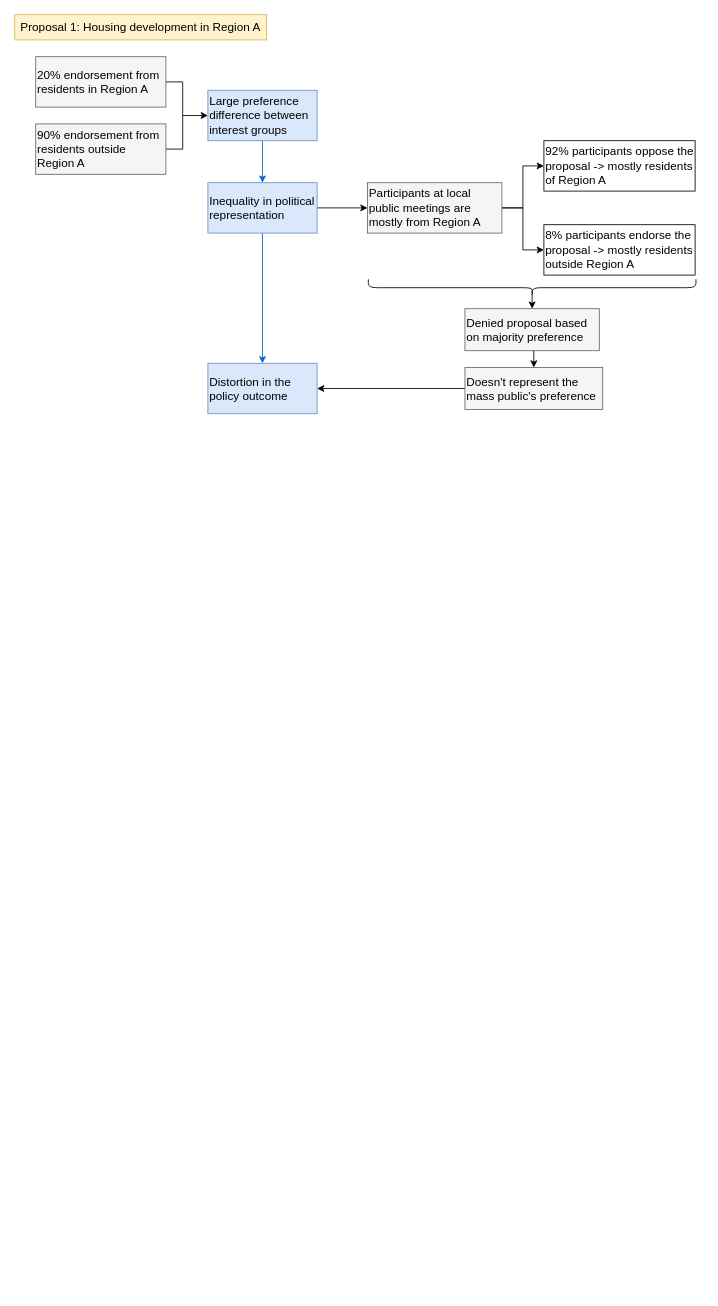
This is situations.drawio from changgge/changgge, a draw.io file, before an edit. Source tidied: cells renumbered, new cells numbered last; positions are measured from the earlier drawing's top-left corner, leaving out a move shared by most shapes. Both pictures are drawn from the tidied source at 84%, with x=0, y=0 at pixel (14, 14).
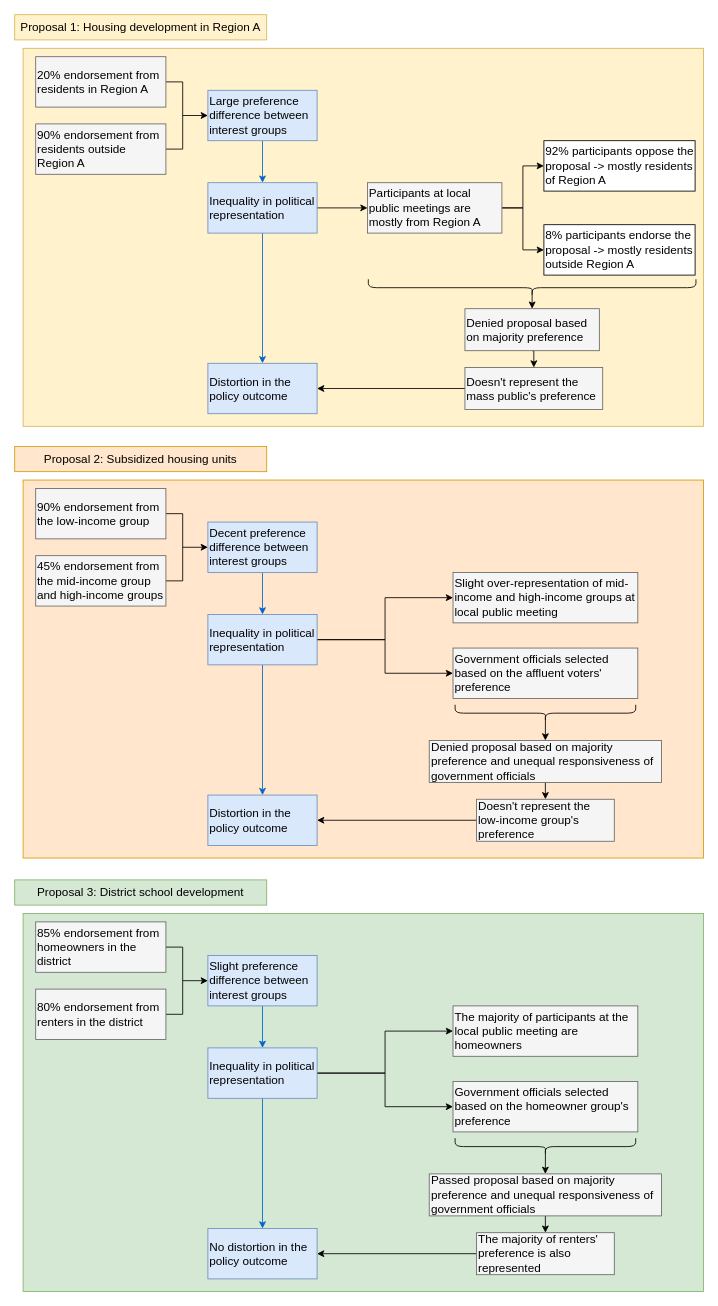
After the change.

Diff of the diagram source:
```diff
@@
+    <mxCell id="24" style="rounded=0;whiteSpace=wrap;html=1;fillColor=#ffe6cc;strokeColor=#d79b00;" parent="1" vertex="1">
+      <mxGeometry x="10" y="554" width="810" height="450" as="geometry" />
+    </mxCell>
+    <mxCell id="25" style="rounded=0;whiteSpace=wrap;html=1;fillColor=#fff2cc;strokeColor=#d6b656;" parent="1" vertex="1">
+      <mxGeometry x="10" y="40" width="810" height="450" as="geometry" />
+    </mxCell>
@@
+    <mxCell id="26" value="Proposal 2: Subsidized housing units" style="rounded=0;whiteSpace=wrap;html=1;fillColor=#ffe6cc;strokeColor=#d79b00;fontSize=14;" parent="1" vertex="1">
+      <mxGeometry y="514" width="300" height="30" as="geometry" />
+    </mxCell>
+    <mxCell id="27" style="edgeStyle=orthogonalEdgeStyle;rounded=0;jettySize=auto;html=1;exitX=1;exitY=0.5;exitDx=0;exitDy=0;entryX=1;entryY=0.5;entryDx=0;entryDy=0;endArrow=none;endFill=0;" parent="1" edge="1" source="28" target="29">
+      <mxGeometry relative="1" as="geometry">
+        <Array as="points">
+          <mxPoint x="200" y="594" />
+          <mxPoint x="200" y="674" />
+        </Array>
+      </mxGeometry>
+    </mxCell>
+    <mxCell id="28" value="90% endorsement from the low-income group" style="rounded=0;whiteSpace=wrap;html=1;fillColor=#f5f5f5;strokeColor=#666666;align=left;fontSize=14;fontColor=#000000;" parent="1" vertex="1">
+      <mxGeometry x="25" y="564" width="155" height="60" as="geometry" />
+    </mxCell>
+    <mxCell id="29" value="45% endorsement from the mid-income group and high-income groups" style="rounded=0;whiteSpace=wrap;html=1;fontSize=14;align=left;fillColor=#f5f5f5;fontColor=#000000;strokeColor=#666666;" parent="1" vertex="1">
+      <mxGeometry x="25" y="644" width="155" height="60" as="geometry" />
+    </mxCell>
+    <mxCell id="30" style="edgeStyle=orthogonalEdgeStyle;rounded=0;jettySize=auto;html=1;exitX=0;exitY=0.5;exitDx=0;exitDy=0;endArrow=none;endFill=0;startArrow=classic;startFill=1;" parent="1" edge="1" source="32">
+      <mxGeometry relative="1" as="geometry">
+        <mxPoint x="200" y="634" as="targetPoint" />
+      </mxGeometry>
+    </mxCell>
+    <mxCell id="31" style="edgeStyle=orthogonalEdgeStyle;rounded=0;jettySize=auto;html=1;exitX=0.5;exitY=1;exitDx=0;exitDy=0;strokeColor=#0066CC;" parent="1" edge="1" source="32" target="36">
+      <mxGeometry relative="1" as="geometry" />
+    </mxCell>
+    <mxCell id="32" value="Decent preference difference between interest groups" style="rounded=0;whiteSpace=wrap;html=1;fillColor=#dae8fc;strokeColor=#6c8ebf;align=left;fontSize=14;" parent="1" vertex="1">
+      <mxGeometry x="230" y="604" width="130" height="60" as="geometry" />
+    </mxCell>
+    <mxCell id="33" style="edgeStyle=orthogonalEdgeStyle;rounded=0;jettySize=auto;html=1;exitX=1;exitY=0.5;exitDx=0;exitDy=0;endArrow=classic;endFill=1;entryX=0;entryY=0.5;entryDx=0;entryDy=0;" parent="1" edge="1" source="36" target="37">
+      <mxGeometry relative="1" as="geometry" />
+    </mxCell>
+    <mxCell id="34" style="edgeStyle=orthogonalEdgeStyle;rounded=0;jettySize=auto;html=1;exitX=0.5;exitY=1;exitDx=0;exitDy=0;entryX=0.5;entryY=0;entryDx=0;entryDy=0;strokeColor=#0066CC;" parent="1" edge="1" source="36" target="44">
+      <mxGeometry relative="1" as="geometry" />
+    </mxCell>
+    <mxCell id="35" style="edgeStyle=orthogonalEdgeStyle;rounded=0;jettySize=auto;html=1;exitX=1;exitY=0.5;exitDx=0;exitDy=0;entryX=0;entryY=0.5;entryDx=0;entryDy=0;" parent="1" edge="1" source="36" target="45">
+      <mxGeometry relative="1" as="geometry" />
+    </mxCell>
+    <mxCell id="36" value="Inequality in political representation" style="rounded=0;whiteSpace=wrap;html=1;fillColor=#dae8fc;strokeColor=#6c8ebf;align=left;fontSize=14;" parent="1" vertex="1">
+      <mxGeometry x="230" y="714" width="130" height="60" as="geometry" />
+    </mxCell>
+    <mxCell id="37" value="Slight over-representation of mid-income and high-income groups at local public meeting" style="rounded=0;whiteSpace=wrap;html=1;fontSize=14;align=left;fillColor=#f5f5f5;fontColor=#000000;strokeColor=#666666;" parent="1" vertex="1">
+      <mxGeometry x="521.8" y="664" width="220" height="60" as="geometry" />
+    </mxCell>
+    <mxCell id="38" style="edgeStyle=orthogonalEdgeStyle;rounded=0;jettySize=auto;html=1;exitX=0.1;exitY=0.5;exitDx=0;exitDy=0;exitPerimeter=0;entryX=0.5;entryY=0;entryDx=0;entryDy=0;" parent="1" edge="1" source="39" target="41">
+      <mxGeometry relative="1" as="geometry" />
+    </mxCell>
+    <mxCell id="39" style="shape=curlyBracket;whiteSpace=wrap;html=1;rounded=1;flipH=1;labelPosition=right;verticalLabelPosition=middle;align=left;verticalAlign=middle;rotation=90;" parent="1" vertex="1">
+      <mxGeometry x="621.8" y="724" width="20" height="215" as="geometry" />
+    </mxCell>
+    <mxCell id="40" style="edgeStyle=orthogonalEdgeStyle;rounded=0;jettySize=auto;html=1;exitX=0.5;exitY=1;exitDx=0;exitDy=0;entryX=0.5;entryY=0;entryDx=0;entryDy=0;" parent="1" edge="1" source="41" target="43">
+      <mxGeometry relative="1" as="geometry" />
+    </mxCell>
+    <mxCell id="41" value="Denied proposal based on majority preference and unequal responsiveness of government officials" style="rounded=0;whiteSpace=wrap;html=1;fontSize=14;align=left;fillColor=#f5f5f5;fontColor=#000000;strokeColor=#666666;" parent="1" vertex="1">
+      <mxGeometry x="493.5" y="864" width="276.5" height="50" as="geometry" />
+    </mxCell>
+    <mxCell id="42" style="edgeStyle=orthogonalEdgeStyle;rounded=0;jettySize=auto;html=1;exitX=0;exitY=0.5;exitDx=0;exitDy=0;entryX=1;entryY=0.5;entryDx=0;entryDy=0;" parent="1" edge="1" source="43" target="44">
+      <mxGeometry relative="1" as="geometry" />
+    </mxCell>
+    <mxCell id="43" value="Doesn't represent the low-income group's preference" style="rounded=0;whiteSpace=wrap;html=1;fontSize=14;align=left;fillColor=#f5f5f5;fontColor=#000000;strokeColor=#666666;" parent="1" vertex="1">
+      <mxGeometry x="549.8" y="934" width="164" height="50" as="geometry" />
+    </mxCell>
+    <mxCell id="44" value="Distortion in the policy outcome" style="rounded=0;whiteSpace=wrap;html=1;fillColor=#dae8fc;strokeColor=#6c8ebf;align=left;fontSize=14;" parent="1" vertex="1">
+      <mxGeometry x="230" y="929" width="130" height="60" as="geometry" />
+    </mxCell>
+    <mxCell id="45" value="Government officials selected based on the affluent voters' preference" style="rounded=0;whiteSpace=wrap;html=1;fontSize=14;align=left;fillColor=#f5f5f5;fontColor=#000000;strokeColor=#666666;" parent="1" vertex="1">
+      <mxGeometry x="521.8" y="754" width="220" height="60" as="geometry" />
+    </mxCell>
+    <mxCell id="46" style="rounded=0;whiteSpace=wrap;html=1;fillColor=#d5e8d4;strokeColor=#82b366;" parent="1" vertex="1">
+      <mxGeometry x="10" y="1070" width="810" height="450" as="geometry" />
+    </mxCell>
+    <mxCell id="47" value="Proposal 3: District school development" style="rounded=0;whiteSpace=wrap;html=1;fillColor=#d5e8d4;strokeColor=#82b366;fontSize=14;" parent="1" vertex="1">
+      <mxGeometry y="1030" width="300" height="30" as="geometry" />
+    </mxCell>
+    <mxCell id="48" style="edgeStyle=orthogonalEdgeStyle;rounded=0;jettySize=auto;html=1;exitX=1;exitY=0.5;exitDx=0;exitDy=0;entryX=1;entryY=0.5;entryDx=0;entryDy=0;endArrow=none;endFill=0;" parent="1" edge="1" source="49" target="50">
+      <mxGeometry relative="1" as="geometry">
+        <Array as="points">
+          <mxPoint x="200" y="1110" />
+          <mxPoint x="200" y="1190" />
+        </Array>
+      </mxGeometry>
+    </mxCell>
+    <mxCell id="49" value="85% endorsement from homeowners in the district" style="rounded=0;whiteSpace=wrap;html=1;fillColor=#f5f5f5;strokeColor=#666666;align=left;fontSize=14;fontColor=#000000;" parent="1" vertex="1">
+      <mxGeometry x="25" y="1080" width="155" height="60" as="geometry" />
+    </mxCell>
+    <mxCell id="50" value="80% endorsement from renters in the district" style="rounded=0;whiteSpace=wrap;html=1;fontSize=14;align=left;fillColor=#f5f5f5;fontColor=#000000;strokeColor=#666666;" parent="1" vertex="1">
+      <mxGeometry x="25" y="1160" width="155" height="60" as="geometry" />
+    </mxCell>
+    <mxCell id="51" style="edgeStyle=orthogonalEdgeStyle;rounded=0;jettySize=auto;html=1;exitX=0;exitY=0.5;exitDx=0;exitDy=0;endArrow=none;endFill=0;startArrow=classic;startFill=1;" parent="1" edge="1" source="53">
+      <mxGeometry relative="1" as="geometry">
+        <mxPoint x="200" y="1150" as="targetPoint" />
+      </mxGeometry>
+    </mxCell>
+    <mxCell id="52" style="edgeStyle=orthogonalEdgeStyle;rounded=0;jettySize=auto;html=1;exitX=0.5;exitY=1;exitDx=0;exitDy=0;strokeColor=#0066CC;" parent="1" edge="1" source="53" target="57">
+      <mxGeometry relative="1" as="geometry" />
+    </mxCell>
+    <mxCell id="53" value="Slight preference difference between interest groups" style="rounded=0;whiteSpace=wrap;html=1;fillColor=#dae8fc;strokeColor=#6c8ebf;align=left;fontSize=14;" parent="1" vertex="1">
+      <mxGeometry x="230" y="1120" width="130" height="60" as="geometry" />
+    </mxCell>
+    <mxCell id="54" style="edgeStyle=orthogonalEdgeStyle;rounded=0;jettySize=auto;html=1;exitX=1;exitY=0.5;exitDx=0;exitDy=0;endArrow=classic;endFill=1;entryX=0;entryY=0.5;entryDx=0;entryDy=0;" parent="1" edge="1" source="57" target="58">
+      <mxGeometry relative="1" as="geometry" />
+    </mxCell>
+    <mxCell id="55" style="edgeStyle=orthogonalEdgeStyle;rounded=0;jettySize=auto;html=1;exitX=0.5;exitY=1;exitDx=0;exitDy=0;entryX=0.5;entryY=0;entryDx=0;entryDy=0;strokeColor=#0066CC;" parent="1" edge="1" source="57" target="65">
+      <mxGeometry relative="1" as="geometry" />
+    </mxCell>
+    <mxCell id="56" style="edgeStyle=orthogonalEdgeStyle;rounded=0;jettySize=auto;html=1;exitX=1;exitY=0.5;exitDx=0;exitDy=0;entryX=0;entryY=0.5;entryDx=0;entryDy=0;" parent="1" edge="1" source="57" target="66">
+      <mxGeometry relative="1" as="geometry" />
+    </mxCell>
+    <mxCell id="57" value="Inequality in political representation" style="rounded=0;whiteSpace=wrap;html=1;fillColor=#dae8fc;strokeColor=#6c8ebf;align=left;fontSize=14;" parent="1" vertex="1">
+      <mxGeometry x="230" y="1230" width="130" height="60" as="geometry" />
+    </mxCell>
+    <mxCell id="58" value="The majority of participants at the local public meeting are homeowners" style="rounded=0;whiteSpace=wrap;html=1;fontSize=14;align=left;fillColor=#f5f5f5;fontColor=#000000;strokeColor=#666666;" parent="1" vertex="1">
+      <mxGeometry x="521.8" y="1180" width="220" height="60" as="geometry" />
+    </mxCell>
+    <mxCell id="59" style="edgeStyle=orthogonalEdgeStyle;rounded=0;jettySize=auto;html=1;exitX=0.1;exitY=0.5;exitDx=0;exitDy=0;exitPerimeter=0;entryX=0.5;entryY=0;entryDx=0;entryDy=0;" parent="1" edge="1" source="60" target="62">
+      <mxGeometry relative="1" as="geometry" />
+    </mxCell>
+    <mxCell id="60" style="shape=curlyBracket;whiteSpace=wrap;html=1;rounded=1;flipH=1;labelPosition=right;verticalLabelPosition=middle;align=left;verticalAlign=middle;rotation=90;" parent="1" vertex="1">
+      <mxGeometry x="621.8" y="1240" width="20" height="215" as="geometry" />
+    </mxCell>
+    <mxCell id="61" style="edgeStyle=orthogonalEdgeStyle;rounded=0;jettySize=auto;html=1;exitX=0.5;exitY=1;exitDx=0;exitDy=0;entryX=0.5;entryY=0;entryDx=0;entryDy=0;" parent="1" edge="1" source="62" target="64">
+      <mxGeometry relative="1" as="geometry" />
+    </mxCell>
+    <mxCell id="62" value="Passed proposal based on majority preference and unequal responsiveness of government officials" style="rounded=0;whiteSpace=wrap;html=1;fontSize=14;align=left;fillColor=#f5f5f5;fontColor=#000000;strokeColor=#666666;" parent="1" vertex="1">
+      <mxGeometry x="493.5" y="1380" width="276.5" height="50" as="geometry" />
+    </mxCell>
+    <mxCell id="63" style="edgeStyle=orthogonalEdgeStyle;rounded=0;jettySize=auto;html=1;exitX=0;exitY=0.5;exitDx=0;exitDy=0;entryX=1;entryY=0.5;entryDx=0;entryDy=0;" parent="1" edge="1" source="64" target="65">
+      <mxGeometry relative="1" as="geometry" />
+    </mxCell>
+    <mxCell id="64" value="The majority of renters' preference is also represented" style="rounded=0;whiteSpace=wrap;html=1;fontSize=14;align=left;fillColor=#f5f5f5;fontColor=#000000;strokeColor=#666666;" parent="1" vertex="1">
+      <mxGeometry x="549.8" y="1450" width="164" height="50" as="geometry" />
+    </mxCell>
+    <mxCell id="65" value="No distortion in the policy outcome" style="rounded=0;whiteSpace=wrap;html=1;fillColor=#dae8fc;strokeColor=#6c8ebf;align=left;fontSize=14;" parent="1" vertex="1">
+      <mxGeometry x="230" y="1445" width="130" height="60" as="geometry" />
+    </mxCell>
+    <mxCell id="66" value="Government officials selected based on the homeowner group's preference" style="rounded=0;whiteSpace=wrap;html=1;fontSize=14;align=left;fillColor=#f5f5f5;fontColor=#000000;strokeColor=#666666;" parent="1" vertex="1">
+      <mxGeometry x="521.8" y="1270" width="220" height="60" as="geometry" />
+    </mxCell>
```
